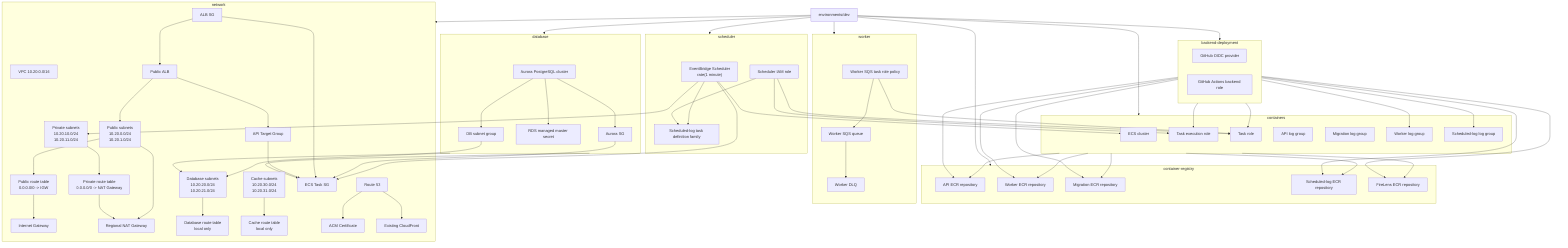
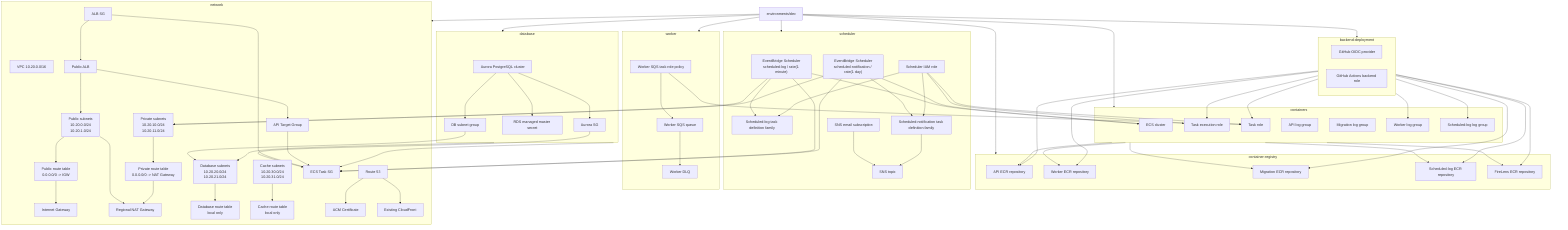
flowchart TB
  root["environments/dev"]

  subgraph registry["container-registry"]
    api_repo["API ECR repository"]
    worker_repo["Worker ECR repository"]
    migration_repo["Migration ECR repository"]
    scheduled_log_repo["Scheduled-log ECR repository"]
    firelens_repo["FireLens ECR repository"]
  end

  subgraph containers["containers"]
    cluster["ECS cluster"]
    task_execution_role["Task execution role"]
    task_role["Task role"]
    api_logs["API log group"]
    migration_logs["Migration log group"]
    worker_logs["Worker log group"]
    scheduled_log_logs["Scheduled-log log group"]
  end

  subgraph scheduler["scheduler"]
-     scheduler_schedule["EventBridge Scheduler\nrate(1 minute)"]
+     scheduled_log_schedule["EventBridge Scheduler\nscheduled-log / rate(1 minute)"]
+     scheduled_notification_schedule["EventBridge Scheduler\nscheduled-notification / rate(1 day)"]
    scheduler_role["Scheduler IAM role"]
    scheduled_task_family["Scheduled-log task definition family"]
+     scheduled_notification_family["Scheduled-notification task definition family"]
+     scheduled_notifications_topic["SNS topic"]
+     scheduled_notifications_email["SNS email subscription"]
  end

  subgraph worker["worker"]
    worker_queue["Worker SQS queue"]
    worker_dlq["Worker DLQ"]
    worker_sqs_policy["Worker SQS task role policy"]
  end

  subgraph database_module["database"]
    aurora["Aurora PostgreSQL cluster"]
    db_subnet_group["DB subnet group"]
    db_sg["Aurora SG"]
    db_secret["RDS managed master secret"]
  end

  subgraph network["network"]
    vpc["VPC 10.20.0.0/16"]
    igw["Internet Gateway"]
    nat["Regional NAT Gateway"]

    public["Public subnets\n10.20.0.0/24\n10.20.1.0/24"]
    private["Private subnets\n10.20.10.0/24\n10.20.11.0/24"]
    database_subnets["Database subnets\n10.20.20.0/24\n10.20.21.0/24"]
    cache["Cache subnets\n10.20.30.0/24\n10.20.31.0/24"]

    public_rt["Public route table\n0.0.0.0/0 -> IGW"]
    private_rt["Private route table\n0.0.0.0/0 -> NAT Gateway"]
    database_rt["Database route table\nlocal only"]
    cache_rt["Cache route table\nlocal only"]

    public_alb["Public ALB"]
    api_tg["API Target Group"]
    route53["Route 53"]
    acm["ACM Certificate"]
    cloudfront["Existing CloudFront"]
    alb_sg["ALB SG"]
    ecs_task_sg["ECS Task SG"]
  end

  subgraph backend_deployment["backend-deployment"]
    github_oidc["GitHub OIDC provider"]
    github_role["GitHub Actions backend role"]
  end

  root --> registry
  root --> containers
  root --> scheduler
  root --> worker
  root --> database_module
  root --> network
  root --> backend_deployment

  containers --> api_repo
  containers --> worker_repo
  containers --> migration_repo
  containers --> scheduled_log_repo
  containers --> firelens_repo
  backend_deployment --> api_repo
  backend_deployment --> worker_repo
  backend_deployment --> migration_repo
  backend_deployment --> scheduled_log_repo
  backend_deployment --> firelens_repo
  backend_deployment --> worker_logs
  backend_deployment --> scheduled_log_logs
  backend_deployment --> task_execution_role
  backend_deployment --> task_role

-   scheduler_schedule --> cluster
-   scheduler_schedule --> private
-   scheduler_schedule --> ecs_task_sg
-   scheduler_schedule --> scheduled_task_family
+   scheduled_log_schedule --> cluster
+   scheduled_log_schedule --> private
+   scheduled_log_schedule --> ecs_task_sg
+   scheduled_log_schedule --> scheduled_task_family
+   scheduled_notification_schedule --> cluster
+   scheduled_notification_schedule --> private
+   scheduled_notification_schedule --> ecs_task_sg
+   scheduled_notification_schedule --> scheduled_notification_family
+   scheduled_notifications_email --> scheduled_notifications_topic
+   scheduled_notification_family --> scheduled_notifications_topic
  scheduler_role --> task_execution_role
  scheduler_role --> task_role
  scheduler_role --> scheduled_task_family
+   scheduler_role --> scheduled_notification_family

  worker_queue --> worker_dlq
  worker_sqs_policy --> worker_queue
  worker_sqs_policy --> task_role

  database_module --> database_subnets
  database_module --> ecs_task_sg
  db_subnet_group --> database_subnets
  db_sg --> ecs_task_sg
  aurora --> db_subnet_group
  aurora --> db_sg
  aurora --> db_secret

  route53 --> cloudfront
  route53 --> acm
  alb_sg --> public_alb
  alb_sg --> ecs_task_sg
  public_alb --> public
  public_alb --> api_tg
  api_tg --> ecs_task_sg
  public --> public_rt
  public --> nat
  public_rt --> igw
  private --> private_rt
  private_rt --> nat
  database_subnets --> database_rt
  cache --> cache_rt
